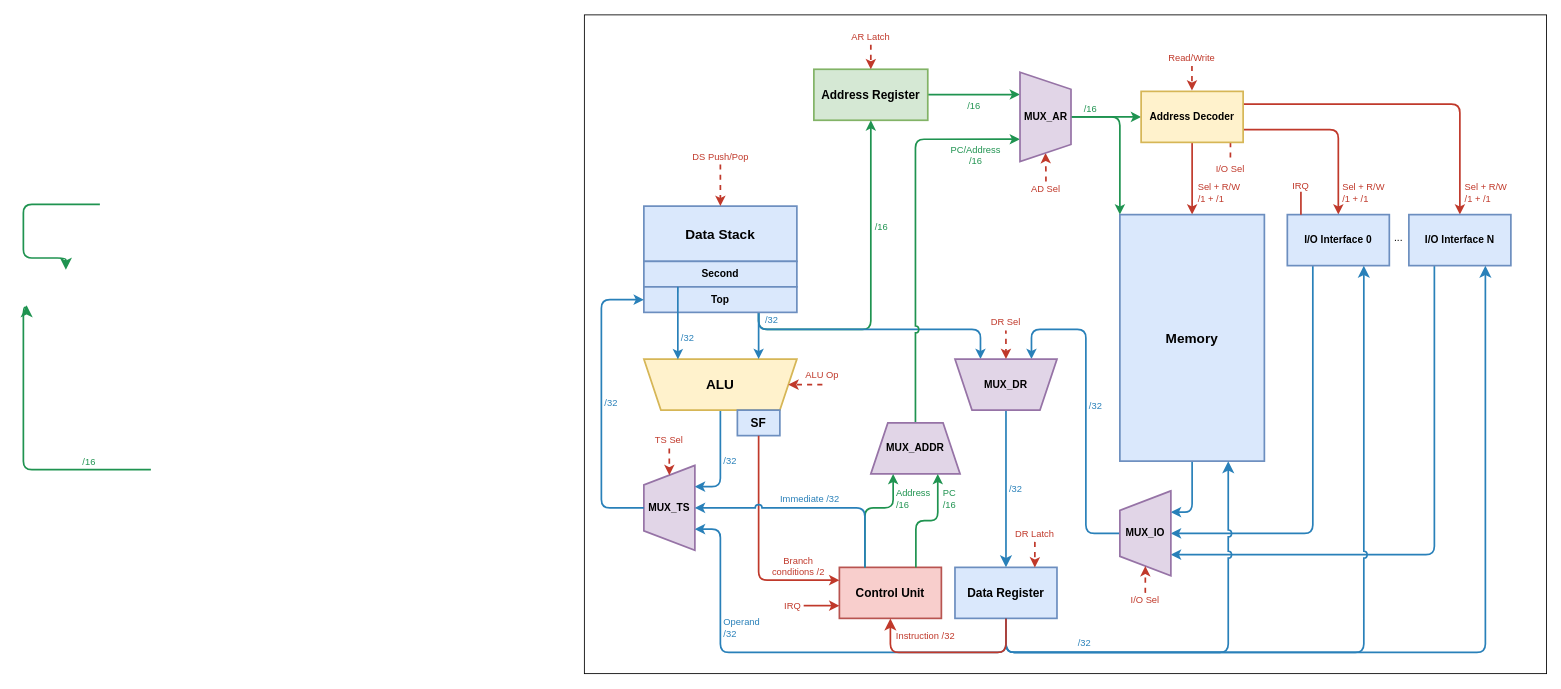
Before: doc/scheme/datapath.xml.drawio in s4dnex/csa-lab4, a draw.io diagram. Source tidied: cells renumbered, new cells numbered last; positions are measured from the earlier drawing's top-left corner, leaving out a move shared by most shapes. Both pictures are drawn from the tidied source at 85%, with x=0, y=0 at pixel (23, 14).
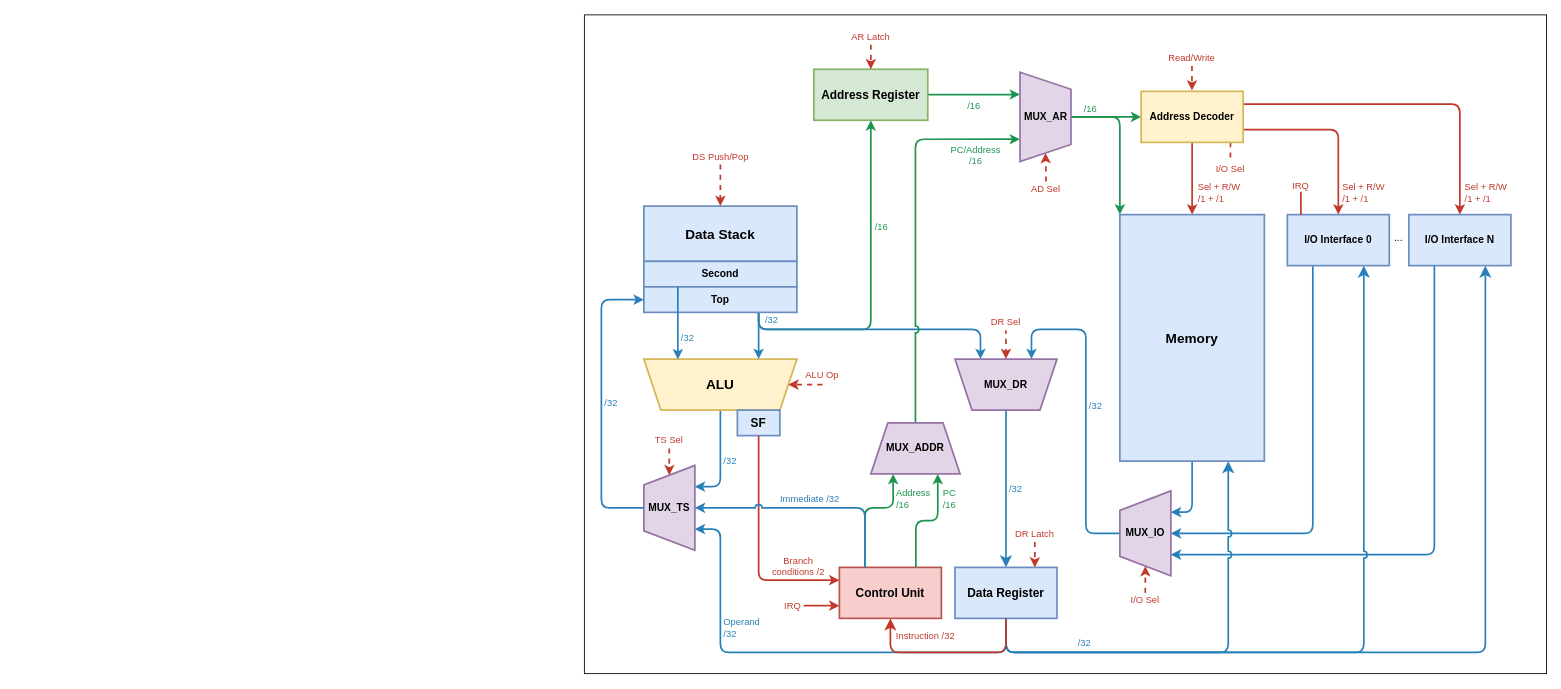
The same diagram, later.

The edit, as a diff of the source:
```diff
@@
-    <mxCell id="2" style="edgeStyle=orthogonalEdgeStyle;rounded=1;orthogonalLoop=1;jettySize=auto;html=1;entryX=0.07;entryY=1.003;entryDx=0;entryDy=0;fontSize=11;startSize=8;endSize=8;shadow=0;flowAnimation=0;exitX=0;exitY=0.5;exitDx=0;exitDy=0;entryPerimeter=0;strokeColor=#1F9350;strokeWidth=2;align=center;verticalAlign=top;fontFamily=Helvetica;fontColor=#1F9350;labelBackgroundColor=none;jumpStyle=arc;endArrow=classic;" parent="1" edge="1">
-      <mxGeometry relative="1" as="geometry">
-        <mxPoint x="90" y="223" as="sourcePoint" />
-        <mxPoint x="50" y="300" as="targetPoint" />
-        <Array as="points">
-          <mxPoint y="223" />
-          <mxPoint y="286" />
-        </Array>
-      </mxGeometry>
-    </mxCell>
-    <mxCell id="3" value="/16" style="edgeStyle=orthogonalEdgeStyle;rounded=1;orthogonalLoop=1;jettySize=auto;html=1;entryX=0.628;entryY=1.003;entryDx=0;entryDy=0;fontSize=11;startSize=8;endSize=8;shadow=0;flowAnimation=0;exitX=0;exitY=0.5;exitDx=0;exitDy=0;entryPerimeter=0;strokeColor=#1F9350;strokeWidth=2;align=center;verticalAlign=bottom;fontFamily=Helvetica;fontColor=#1F9350;labelBackgroundColor=none;jumpStyle=arc;endArrow=classic;labelPosition=center;verticalLabelPosition=top;" parent="1" edge="1">
-      <mxGeometry x="-0.58" relative="1" as="geometry">
-        <mxPoint x="150" y="535" as="sourcePoint" />
-        <mxPoint x="3.8" y="341.5" as="targetPoint" />
-        <Array as="points">
-          <mxPoint y="535" />
-          <mxPoint y="344" />
-        </Array>
-      </mxGeometry>
-    </mxCell>
```
